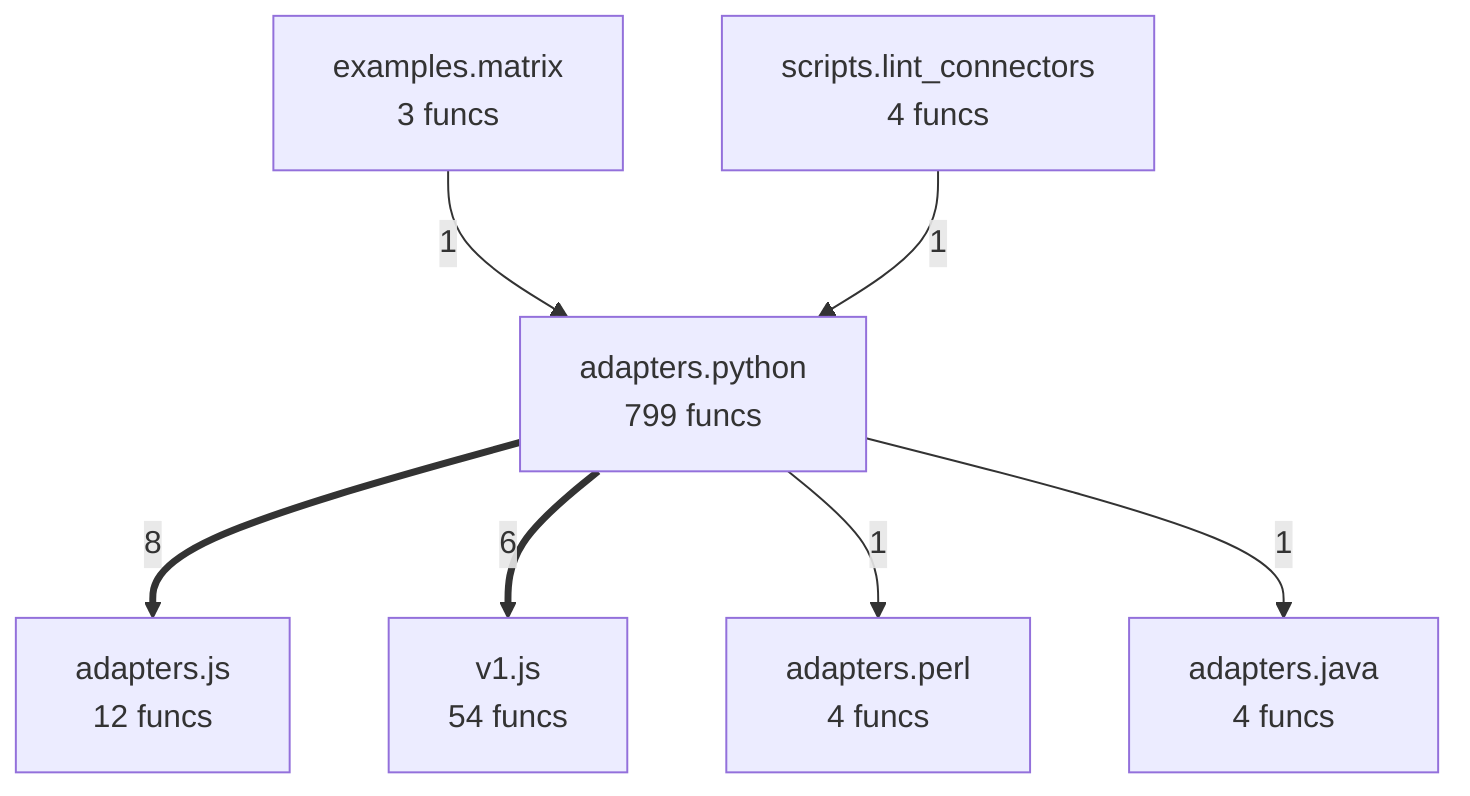
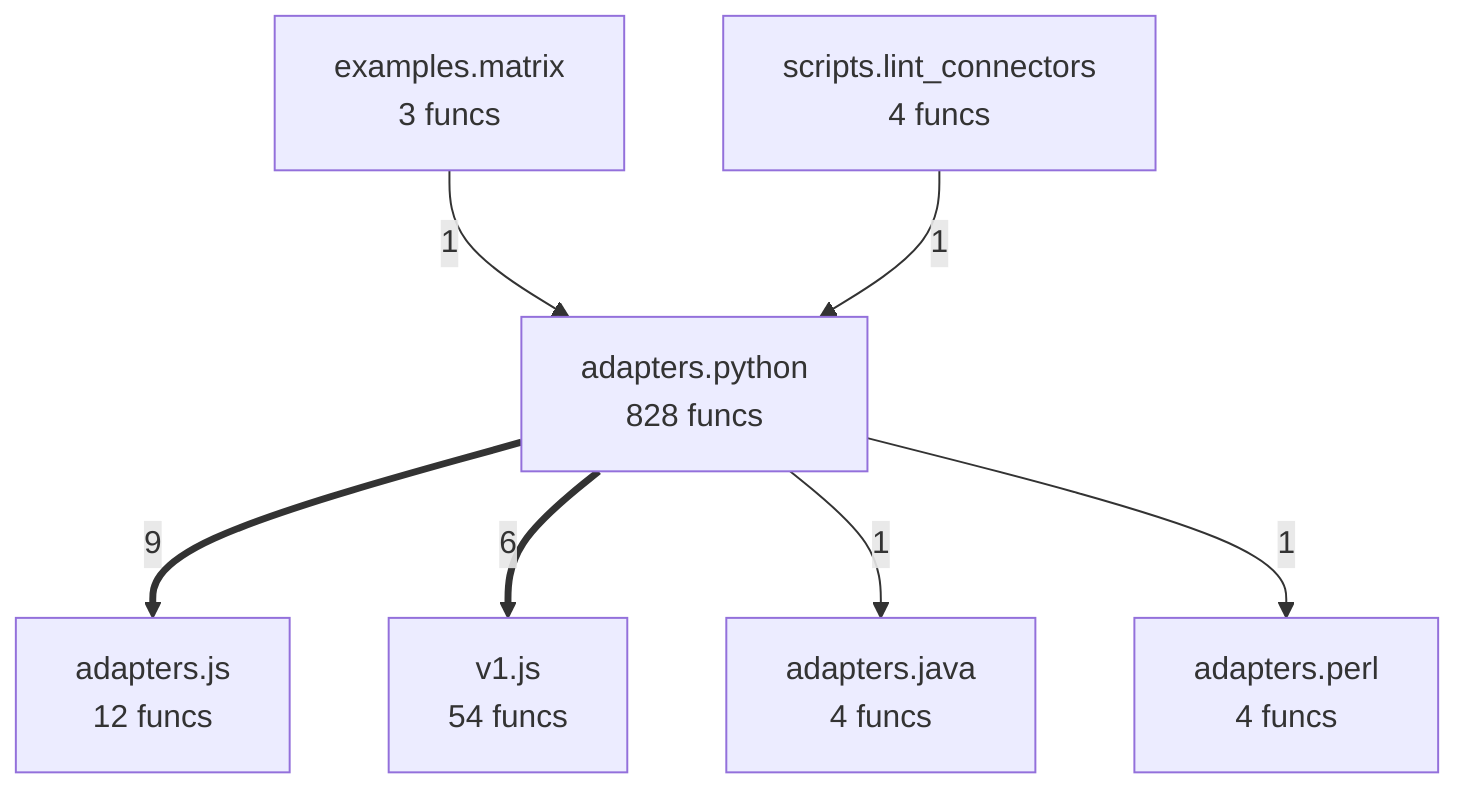
flowchart TD
%% generated in 0.02s
    adapters__java["adapters.java<br/>4 funcs"]
    adapters__js["adapters.js<br/>12 funcs"]
    adapters__perl["adapters.perl<br/>4 funcs"]
-     adapters__python["adapters.python<br/>799 funcs"]
+     adapters__python["adapters.python<br/>828 funcs"]
    examples__matrix["examples.matrix<br/>3 funcs"]
    scripts__lint_connectors["scripts.lint_connectors<br/>4 funcs"]
    v1__js["v1.js<br/>54 funcs"]
-     adapters__python ==>|8| adapters__js
+     adapters__python ==>|9| adapters__js
    adapters__python ==>|6| v1__js
    examples__matrix -->|1| adapters__python
    scripts__lint_connectors -->|1| adapters__python
+     adapters__python -->|1| adapters__java
    adapters__python -->|1| adapters__perl
-     adapters__python -->|1| adapters__java
